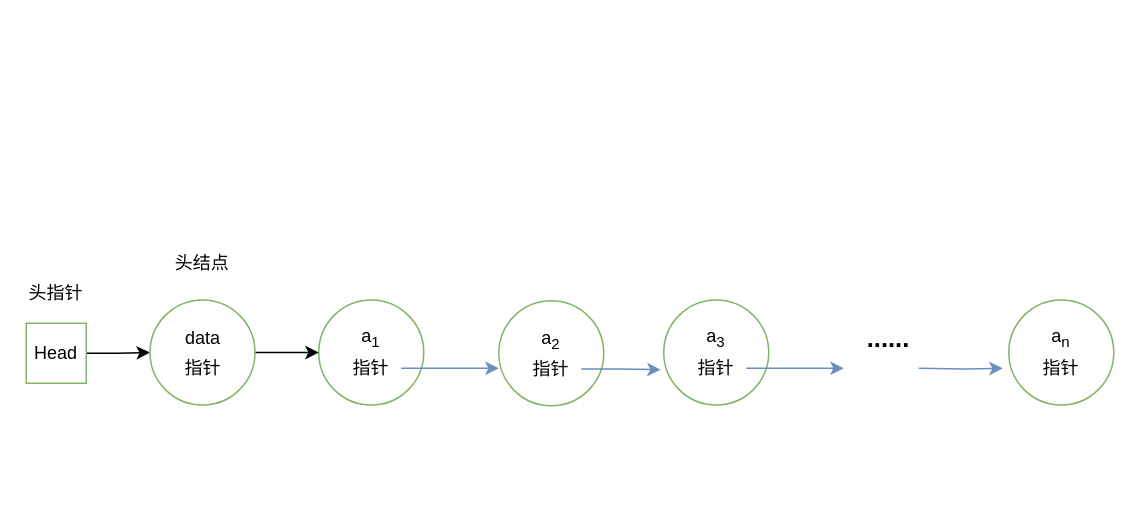
Above: images/new-algorithm/02-05.drawio in overnote/over-algorithm (draw.io), before the change. Source tidied: cells renumbered, new cells numbered last; positions are measured from the earlier drawing's top-left corner, leaving out a move shared by most shapes. Both pictures are drawn from the tidied source at 150%, with x=0, y=0 at pixel (26, 248).
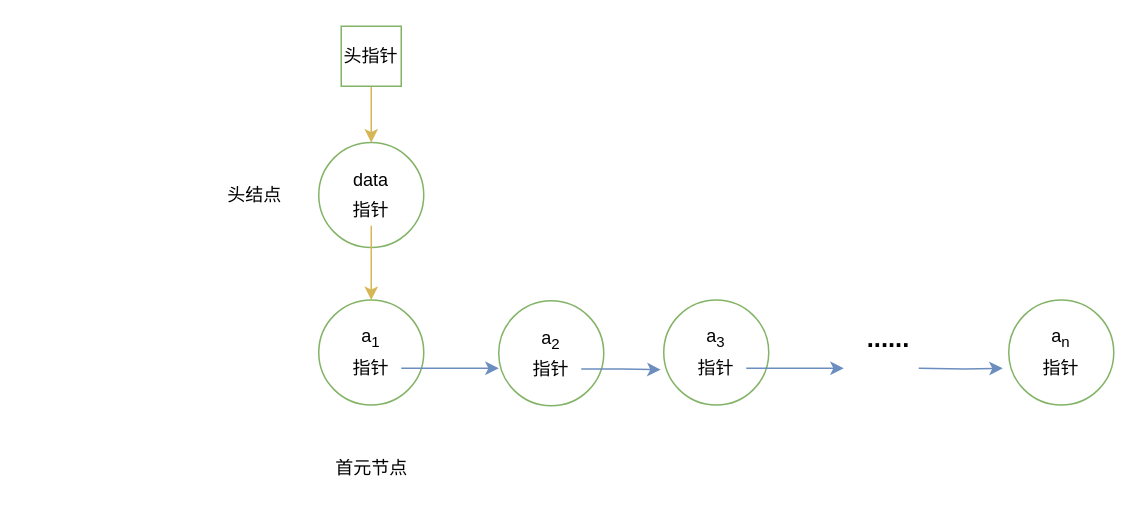
Above is the later version.

The change refers to these unchanged cells:
```xml
<mxCell id="2" style="ellipse;whiteSpace=wrap;html=1;fillColor=#FFFFFF;strokeColor=#82b366;" parent="1" vertex="1">
  <mxGeometry x="195" y="34.5" width="70" height="70" as="geometry" />
</mxCell>
```

Change to the diagram source:
```diff
@@
-    <mxCell id="3" style="edgeStyle=orthogonalEdgeStyle;rounded=0;jettySize=auto;html=1;entryX=0;entryY=0.5;entryDx=0;entryDy=0;fontSize=12;" parent="1" edge="1" source="4" target="23">
+    <mxCell id="3" style="edgeStyle=orthogonalEdgeStyle;rounded=0;jettySize=auto;html=1;entryX=0.5;entryY=0;entryDx=0;entryDy=0;fillColor=#fff2cc;strokeColor=#d6b656;" parent="1" edge="1" source="4" target="23">
       <mxGeometry relative="1" as="geometry" />
     </mxCell>
-    <mxCell id="4" value="Head" style="rounded=0;whiteSpace=wrap;html=1;fillColor=#FFFFFF;strokeColor=#82b366;" parent="1" vertex="1">
-      <mxGeometry y="50" width="40" height="40" as="geometry" />
+    <mxCell id="4" value="头指针" style="rounded=0;whiteSpace=wrap;html=1;fillColor=#FFFFFF;strokeColor=#82b366;" parent="1" vertex="1">
+      <mxGeometry x="210" y="-148" width="40" height="40" as="geometry" />
     </mxCell>
-    <mxCell id="5" value="头指针" style="text;html=1;strokeColor=none;fillColor=none;align=center;verticalAlign=middle;whiteSpace=wrap;rounded=0;" parent="1" vertex="1">
-      <mxGeometry y="19.5" width="40" height="20" as="geometry" />
-    </mxCell>
@@
-    <mxCell id="22" style="edgeStyle=orthogonalEdgeStyle;rounded=0;jettySize=auto;html=1;entryX=0;entryY=0.5;entryDx=0;entryDy=0;fontSize=12;" parent="1" edge="1" source="23" target="2">
-      <mxGeometry relative="1" as="geometry" />
-    </mxCell>
     <mxCell id="23" style="ellipse;whiteSpace=wrap;html=1;fillColor=#FFFFFF;strokeColor=#82b366;" parent="1" vertex="1">
-      <mxGeometry x="82.5" y="34.5" width="70" height="70" as="geometry" />
+      <mxGeometry x="195" y="-70.5" width="70" height="70" as="geometry" />
     </mxCell>
     <mxCell id="24" value="data" style="text;html=1;strokeColor=none;fillColor=none;align=center;verticalAlign=middle;whiteSpace=wrap;rounded=0;fontSize=12;" parent="1" vertex="1">
-      <mxGeometry x="97.5" y="50" width="40" height="20" as="geometry" />
+      <mxGeometry x="210" y="-55" width="40" height="20" as="geometry" />
     </mxCell>
+    <mxCell id="27" style="edgeStyle=orthogonalEdgeStyle;rounded=0;jettySize=auto;html=1;entryX=0.5;entryY=0;entryDx=0;entryDy=0;fillColor=#fff2cc;strokeColor=#d6b656;" parent="1" edge="1" source="25" target="2">
+      <mxGeometry relative="1" as="geometry" />
+    </mxCell>
     <mxCell id="25" value="指针" style="text;html=1;strokeColor=none;fillColor=none;align=center;verticalAlign=middle;whiteSpace=wrap;rounded=0;fontSize=12;" parent="1" vertex="1">
-      <mxGeometry x="97.5" y="70" width="40" height="20" as="geometry" />
+      <mxGeometry x="210" y="-35" width="40" height="20" as="geometry" />
     </mxCell>
     <mxCell id="26" value="头结点" style="text;html=1;strokeColor=none;fillColor=none;align=center;verticalAlign=middle;whiteSpace=wrap;rounded=0;fontSize=12;fontStyle=0;" parent="1" vertex="1">
-      <mxGeometry x="90" width="55" height="20" as="geometry" />
+      <mxGeometry x="125" y="-45" width="55" height="20" as="geometry" />
     </mxCell>
+    <mxCell id="28" value="首元节点" style="text;html=1;strokeColor=none;fillColor=none;align=center;verticalAlign=middle;whiteSpace=wrap;rounded=0;fontSize=12;fontStyle=0;" parent="1" vertex="1">
+      <mxGeometry x="202.5" y="137" width="55" height="20" as="geometry" />
+    </mxCell>
```
